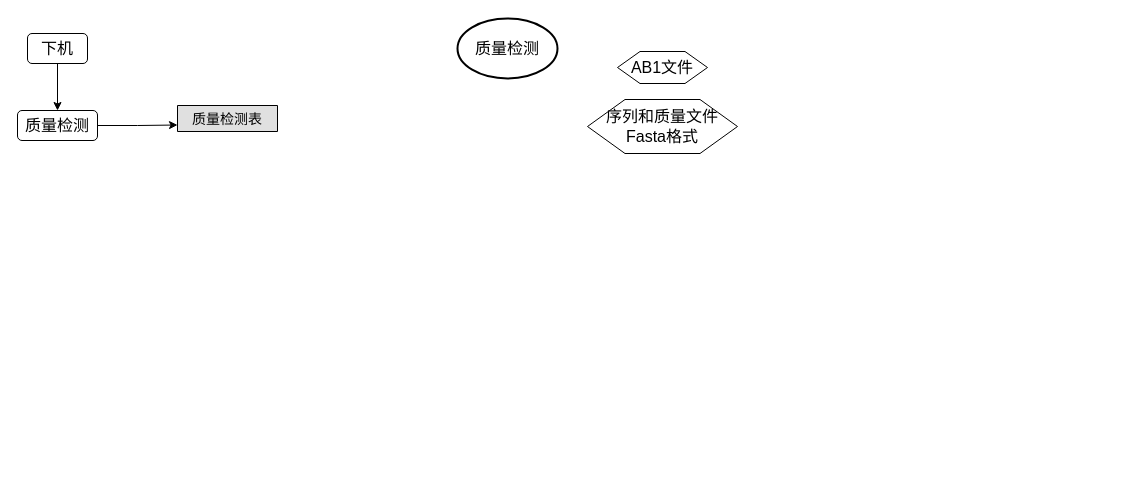
lry198010/SangerSequenceAnalysis keeps this draw.io diagram as doc/FlowChat.drawio. Above is the earlier version. Source tidied: cells renumbered, new cells numbered last; positions are measured from the earlier drawing's top-left corner, leaving out a move shared by most shapes. Both pictures are drawn from the tidied source at 100%, with x=0, y=0 at pixel (17, 18).
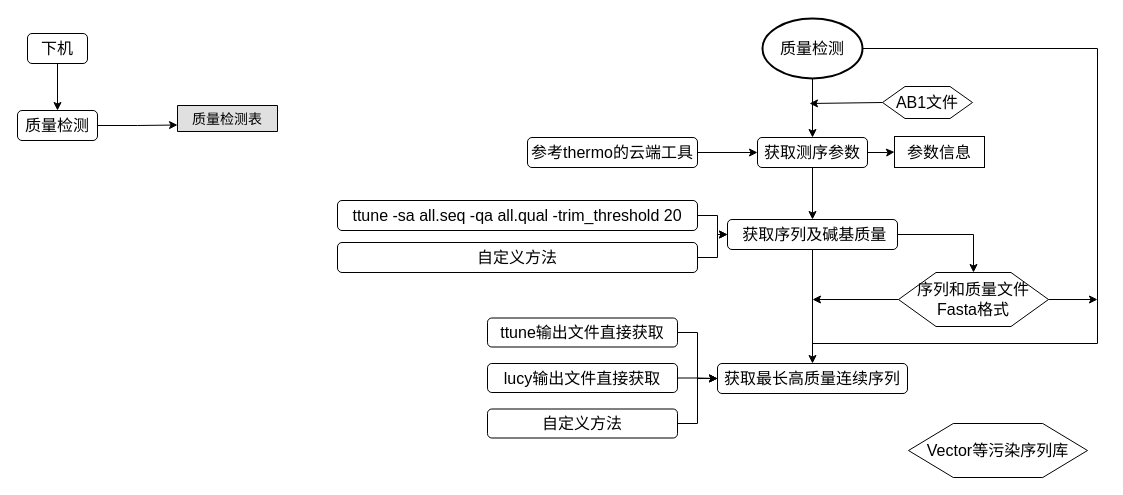
The same diagram, later.

Commit message:
Add Quality Check and Screen workFlow, but not finished yet. FlowChat.drawio

The edit, as a diff of the source:
```diff
@@
+    <mxCell id="10" style="edgeStyle=orthogonalEdgeStyle;rounded=0;jettySize=auto;html=1;entryX=0.5;entryY=0;entryDx=0;entryDy=0;" parent="1" edge="1" source="7" target="27">
+      <mxGeometry relative="1" as="geometry" />
+    </mxCell>
+    <mxCell id="11" style="edgeStyle=orthogonalEdgeStyle;rounded=0;jettySize=auto;html=1;fontSize=16;startArrow=none;startFill=0;endArrow=none;endFill=0;" parent="1" edge="1" source="7">
+      <mxGeometry relative="1" as="geometry">
+        <mxPoint x="795" y="325" as="targetPoint" />
+        <Array as="points">
+          <mxPoint x="1080" y="30" />
+          <mxPoint x="1080" y="325" />
+          <mxPoint x="795" y="325" />
+        </Array>
+      </mxGeometry>
+    </mxCell>
     <mxCell id="7" value="质量检测" style="strokeWidth=2;html=1;shape=mxgraph.flowchart.start_1;whiteSpace=wrap;fontSize=16;" parent="1" vertex="1">
-      <mxGeometry x="440" width="100" height="60" as="geometry" />
+      <mxGeometry x="745" width="100" height="60" as="geometry" />
     </mxCell>
     <mxCell id="8" value="AB1文件" style="shape=hexagon;perimeter=hexagonPerimeter2;whiteSpace=wrap;html=1;fontSize=16;" parent="1" vertex="1">
-      <mxGeometry x="600" y="33" width="90" height="32" as="geometry" />
+      <mxGeometry x="865" y="68" width="90" height="32" as="geometry" />
     </mxCell>
+    <mxCell id="12" style="edgeStyle=orthogonalEdgeStyle;rounded=0;jettySize=auto;html=1;fontSize=16;" parent="1" edge="1" source="9">
+      <mxGeometry relative="1" as="geometry">
+        <mxPoint x="795" y="281" as="targetPoint" />
+      </mxGeometry>
+    </mxCell>
+    <mxCell id="13" style="edgeStyle=orthogonalEdgeStyle;rounded=0;jettySize=auto;html=1;fontSize=16;" parent="1" edge="1" source="9">
+      <mxGeometry relative="1" as="geometry">
+        <mxPoint x="1080" y="281" as="targetPoint" />
+      </mxGeometry>
+    </mxCell>
     <mxCell id="9" value="序列和质量文件&lt;br&gt;Fasta格式" style="shape=hexagon;perimeter=hexagonPerimeter2;whiteSpace=wrap;html=1;fontSize=16;" parent="1" vertex="1">
-      <mxGeometry x="570" y="81" width="150" height="54" as="geometry" />
+      <mxGeometry x="881" y="254" width="150" height="54" as="geometry" />
     </mxCell>
+    <mxCell id="14" style="edgeStyle=orthogonalEdgeStyle;rounded=0;jettySize=auto;html=1;" parent="1" edge="1" source="21" target="17">
+      <mxGeometry relative="1" as="geometry" />
+    </mxCell>
+    <mxCell id="15" style="edgeStyle=orthogonalEdgeStyle;rounded=0;jettySize=auto;html=1;fontSize=16;entryX=0.5;entryY=0;entryDx=0;entryDy=0;" parent="1" edge="1" source="17" target="9">
+      <mxGeometry relative="1" as="geometry" />
+    </mxCell>
+    <mxCell id="16" style="edgeStyle=orthogonalEdgeStyle;rounded=0;jettySize=auto;html=1;fontSize=16;" parent="1" edge="1" source="17" target="19">
+      <mxGeometry relative="1" as="geometry" />
+    </mxCell>
+    <mxCell id="17" value="&amp;nbsp;获取序列及碱基质量" style="rounded=1;whiteSpace=wrap;html=1;fontSize=16;" parent="1" vertex="1">
+      <mxGeometry x="710" y="201" width="170" height="30" as="geometry" />
+    </mxCell>
+    <mxCell id="18" style="edgeStyle=orthogonalEdgeStyle;rounded=0;jettySize=auto;html=1;startArrow=none;startFill=0;endArrow=classic;endFill=1;fontSize=16;entryX=0;entryY=0.5;entryDx=0;entryDy=0;" parent="1" edge="1" source="20" target="19">
+      <mxGeometry relative="1" as="geometry" />
+    </mxCell>
+    <mxCell id="19" value="获取最长高质量连续序列" style="rounded=1;whiteSpace=wrap;html=1;fontSize=16;" parent="1" vertex="1">
+      <mxGeometry x="700" y="345" width="190" height="30" as="geometry" />
+    </mxCell>
+    <mxCell id="20" value="ttune输出文件直接获取" style="rounded=1;whiteSpace=wrap;html=1;fontSize=16;" parent="1" vertex="1">
+      <mxGeometry x="470" y="299.5" width="190" height="29" as="geometry" />
+    </mxCell>
+    <mxCell id="21" value="ttune -sa all.seq -qa all.qual -trim_threshold 20" style="rounded=1;whiteSpace=wrap;html=1;fontSize=16;" parent="1" vertex="1">
+      <mxGeometry x="320" y="182" width="360" height="30" as="geometry" />
+    </mxCell>
+    <mxCell id="22" style="endArrow=classic;html=1;exitX=0;exitY=0.5;exitDx=0;exitDy=0;" parent="1" edge="1" source="8">
+      <mxGeometry relative="1" as="geometry">
+        <mxPoint x="792" y="85" as="targetPoint" />
+      </mxGeometry>
+    </mxCell>
+    <mxCell id="23" style="edgeStyle=orthogonalEdgeStyle;rounded=0;jettySize=auto;html=1;fontSize=16;" parent="1" edge="1" source="24" target="17">
+      <mxGeometry relative="1" as="geometry" />
+    </mxCell>
+    <mxCell id="24" value="自定义方法" style="rounded=1;whiteSpace=wrap;html=1;fontSize=16;" parent="1" vertex="1">
+      <mxGeometry x="320" y="224" width="360" height="30" as="geometry" />
+    </mxCell>
+    <mxCell id="25" style="edgeStyle=orthogonalEdgeStyle;rounded=0;jettySize=auto;html=1;entryX=0.5;entryY=0;entryDx=0;entryDy=0;fontSize=16;" parent="1" edge="1" source="27" target="17">
+      <mxGeometry relative="1" as="geometry" />
+    </mxCell>
+    <mxCell id="26" style="edgeStyle=orthogonalEdgeStyle;rounded=0;jettySize=auto;html=1;entryX=0;entryY=0.5;entryDx=0;entryDy=0;fontSize=16;" parent="1" edge="1" source="27" target="30">
+      <mxGeometry relative="1" as="geometry" />
+    </mxCell>
+    <mxCell id="27" value="获取测序参数" style="rounded=1;whiteSpace=wrap;html=1;fontSize=16;" parent="1" vertex="1">
+      <mxGeometry x="740" y="119" width="110" height="30" as="geometry" />
+    </mxCell>
+    <mxCell id="28" style="edgeStyle=orthogonalEdgeStyle;rounded=0;jettySize=auto;html=1;entryX=0;entryY=0.5;entryDx=0;entryDy=0;fontSize=16;" parent="1" edge="1" source="29" target="27">
+      <mxGeometry relative="1" as="geometry" />
+    </mxCell>
+    <mxCell id="29" value="参考thermo的云端工具" style="rounded=1;whiteSpace=wrap;html=1;fontSize=16;" parent="1" vertex="1">
+      <mxGeometry x="510" y="119" width="170" height="30" as="geometry" />
+    </mxCell>
+    <mxCell id="30" value="参数信息" style="whiteSpace=wrap;html=1;fontSize=16;" parent="1" vertex="1">
+      <mxGeometry x="877" y="118" width="90" height="31" as="geometry" />
+    </mxCell>
+    <mxCell id="31" style="edgeStyle=orthogonalEdgeStyle;rounded=0;jettySize=auto;html=1;entryX=0;entryY=0.5;entryDx=0;entryDy=0;startArrow=none;startFill=0;endArrow=classic;endFill=1;fontSize=16;" parent="1" edge="1" source="32" target="19">
+      <mxGeometry relative="1" as="geometry" />
+    </mxCell>
+    <mxCell id="32" value="lucy输出文件直接获取" style="rounded=1;whiteSpace=wrap;html=1;fontSize=16;" parent="1" vertex="1">
+      <mxGeometry x="470" y="345" width="190" height="29" as="geometry" />
+    </mxCell>
+    <mxCell id="33" style="edgeStyle=orthogonalEdgeStyle;rounded=0;jettySize=auto;html=1;entryX=0;entryY=0.5;entryDx=0;entryDy=0;startArrow=none;startFill=0;endArrow=classic;endFill=1;fontSize=16;" parent="1" edge="1" source="34" target="19">
+      <mxGeometry relative="1" as="geometry" />
+    </mxCell>
+    <mxCell id="34" value="自定义方法" style="rounded=1;whiteSpace=wrap;html=1;fontSize=16;" parent="1" vertex="1">
+      <mxGeometry x="470" y="390.5" width="190" height="29" as="geometry" />
+    </mxCell>
+    <mxCell id="35" value="Vector等污染序列库" style="shape=hexagon;perimeter=hexagonPerimeter2;whiteSpace=wrap;html=1;fontSize=16;" parent="1" vertex="1">
+      <mxGeometry x="891" y="405" width="179" height="54" as="geometry" />
+    </mxCell>
```
